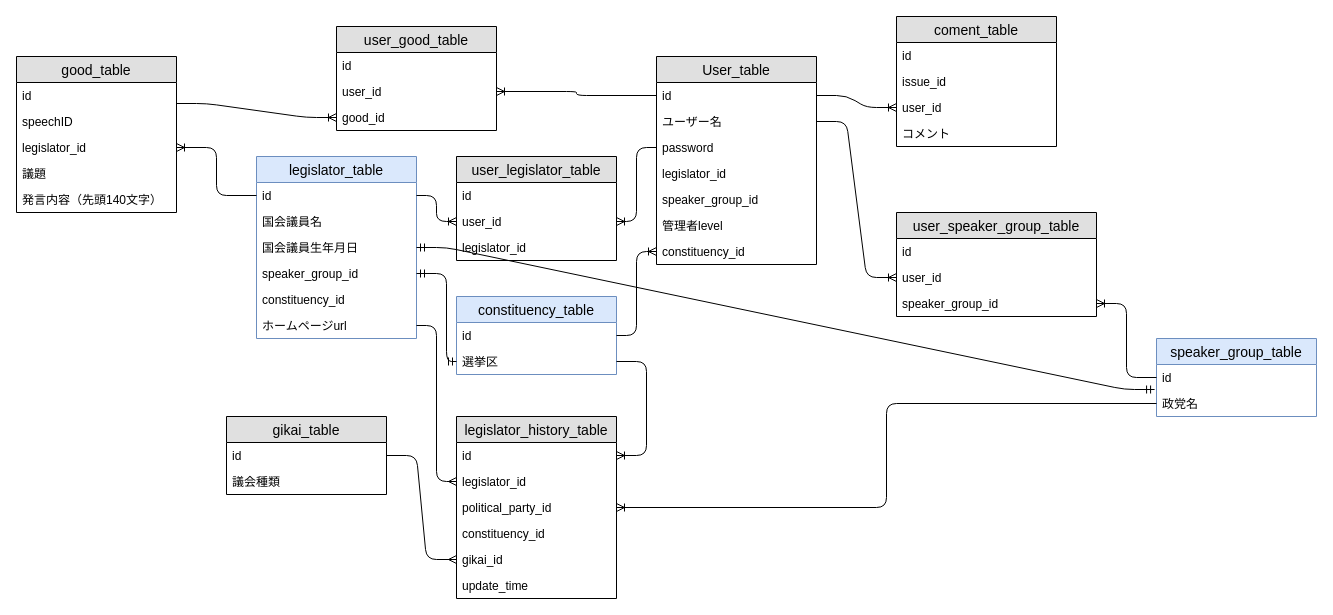
Earlier version of the draw.io diagram er図.drawio (tukuhuse/myportfolio). Source tidied: cells renumbered, new cells numbered last; positions are measured from the earlier drawing's top-left corner, leaving out a move shared by most shapes. Both pictures are drawn from the tidied source at 100%, with x=0, y=0 at pixel (16, 16).
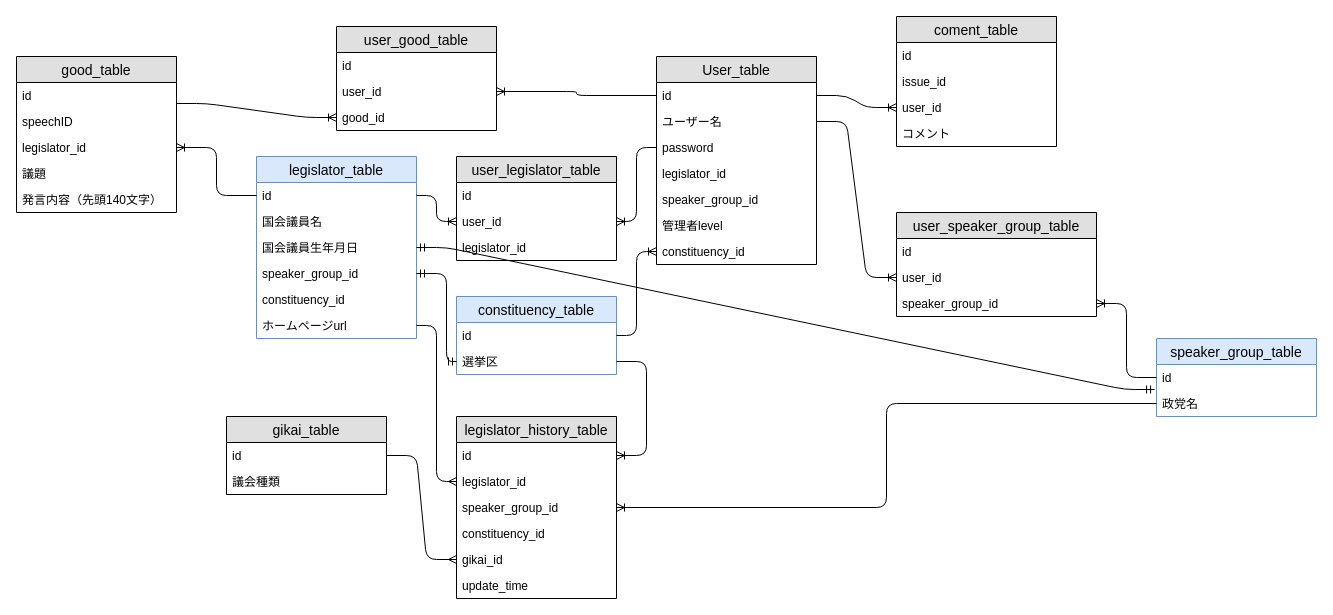
The same diagram, later.

Commit message:
er図.drawio を更新します

The change refers to these unchanged cells:
```xml
<mxCell id="55" value="legislator_history_table" style="swimlane;fontStyle=0;horizontal=1;startSize=26;fillColor=#e0e0e0;swimlaneFillColor=#ffffff;align=center;fontSize=14;" parent="1" vertex="1">
  <mxGeometry x="440" y="400" width="160" height="182" as="geometry" />
</mxCell>
```

What changed in the source:
```diff
@@
-    <mxCell id="58" value="political_party_id" style="text;strokeColor=none;fillColor=none;spacingLeft=4;spacingRight=4;overflow=hidden;points=[[0,0.5],[1,0.5]];portConstraint=eastwest;fontSize=12;" parent="55" vertex="1">
+    <mxCell id="58" value="speaker_group_id" style="text;strokeColor=none;fillColor=none;spacingLeft=4;spacingRight=4;overflow=hidden;points=[[0,0.5],[1,0.5]];portConstraint=eastwest;fontSize=12;" parent="55" vertex="1">
       <mxGeometry y="78" width="160" height="26" as="geometry" />
     </mxCell>
```
